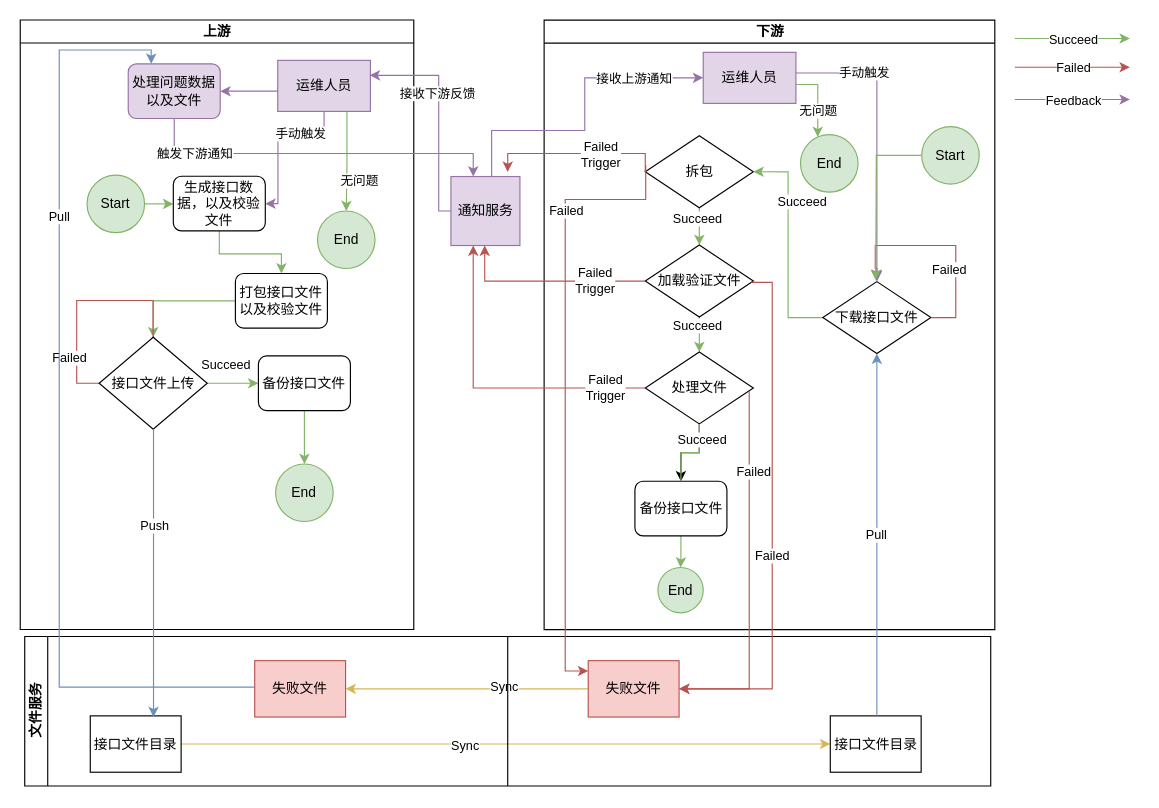
This is 未命名绘图.drawio from lsj188/myPlugin, a draw.io file, before an edit. Source tidied: cells renumbered, new cells numbered last; positions are measured from the earlier drawing's top-left corner, leaving out a move shared by most shapes. Both pictures are drawn from the tidied source at 115%, with x=0, y=0 at pixel (-89, 38).
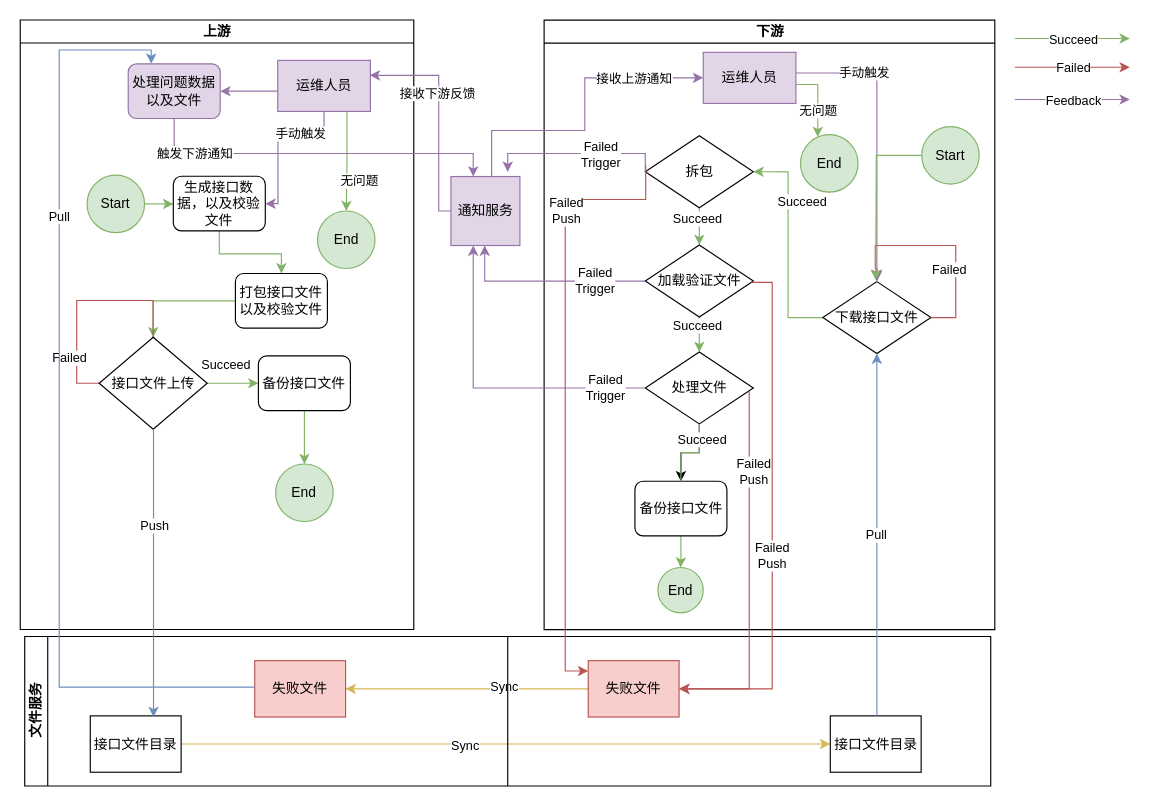
After the change.

Commit message:
更新未命名绘图.drawio

The change refers to these unchanged cells:
```xml
<mxCell id="37" value="拆包" style="rhombus;whiteSpace=wrap;html=1;" parent="34" vertex="1">
  <mxGeometry x="157" y="31.6" width="94" height="62.5" as="geometry" />
</mxCell>
<mxCell id="45" value="加载验证文件" style="rhombus;whiteSpace=wrap;html=1;" parent="34" vertex="1">
  <mxGeometry x="157" y="126.6" width="94" height="62.5" as="geometry" />
</mxCell>
<mxCell id="48" value="处理文件" style="rhombus;whiteSpace=wrap;html=1;" parent="34" vertex="1">
  <mxGeometry x="157" y="219.6" width="94" height="62.5" as="geometry" />
</mxCell>
<mxCell id="65" style="edgeStyle=orthogonalEdgeStyle;rounded=0;orthogonalLoop=1;jettySize=auto;html=1;fillColor=#f8cecc;strokeColor=#b85450;" parent="1" edge="1">
  <mxGeometry relative="1" as="geometry">
    <mxPoint x="638" y="110" as="sourcePoint" />
    <mxPoint x="588" y="550" as="targetPoint" />
    <Array as="points">
      <mxPoint x="638" y="140" />
      <mxPoint x="568" y="140" />
      <mxPoint x="568" y="550" />
    </Array>
  </mxGeometry>
</mxCell>
<mxCell id="76" style="edgeStyle=orthogonalEdgeStyle;rounded=0;jettySize=auto;html=1;entryX=1;entryY=0.5;entryDx=0;entryDy=0;fillColor=#f8cecc;strokeColor=#b85450;" parent="1" edge="1" source="48" target="32">
  <mxGeometry relative="1" as="geometry">
    <Array as="points">
      <mxPoint x="728" y="565" />
    </Array>
  </mxGeometry>
</mxCell>
<mxCell id="78" style="edgeStyle=orthogonalEdgeStyle;rounded=0;jettySize=auto;html=1;entryX=1;entryY=0.5;entryDx=0;entryDy=0;fillColor=#f8cecc;strokeColor=#b85450;" parent="1" edge="1" source="45" target="32">
  <mxGeometry relative="1" as="geometry">
    <Array as="points">
      <mxPoint x="748" y="212" />
      <mxPoint x="748" y="565" />
    </Array>
  </mxGeometry>
</mxCell>
```

The edit, as a diff of the source:
```diff
@@
-    <mxCell id="66" value="Failed" style="edgeLabel;html=1;align=center;verticalAlign=middle;" parent="65" vertex="1">
+    <mxCell id="66" value="Failed&lt;br&gt;Push" style="edgeLabel;html=1;align=center;verticalAlign=middle;" parent="65" vertex="1">
       <mxGeometry x="-0.22" y="1" relative="1" as="geometry">
         <mxPoint x="-1" y="-98" as="offset" />
       </mxGeometry>
     </mxCell>
@@
-    <mxCell id="72" style="edgeStyle=orthogonalEdgeStyle;rounded=0;jettySize=auto;html=1;exitX=0;exitY=0.5;exitDx=0;exitDy=0;fillColor=#f8cecc;strokeColor=#b85450;" parent="1" edge="1" source="37">
+    <mxCell id="72" style="edgeStyle=orthogonalEdgeStyle;rounded=0;jettySize=auto;html=1;exitX=0;exitY=0.5;exitDx=0;exitDy=0;fillColor=#e1d5e7;strokeColor=#9673a6;" parent="1" edge="1" source="37">
       <mxGeometry relative="1" as="geometry">
         <mxPoint x="518" y="116" as="targetPoint" />
         <Array as="points">
           <mxPoint x="638" y="100" />
           <mxPoint x="518" y="100" />
         </Array>
       </mxGeometry>
     </mxCell>
@@
-    <mxCell id="74" style="edgeStyle=orthogonalEdgeStyle;rounded=0;jettySize=auto;html=1;fillColor=#f8cecc;strokeColor=#b85450;" parent="1" edge="1" source="45">
+    <mxCell id="74" style="edgeStyle=orthogonalEdgeStyle;rounded=0;jettySize=auto;html=1;fillColor=#e1d5e7;strokeColor=#9673a6;" parent="1" edge="1" source="45">
       <mxGeometry relative="1" as="geometry">
         <mxPoint x="498" y="180" as="targetPoint" />
         <Array as="points">
           <mxPoint x="498" y="210" />
         </Array>
       </mxGeometry>
     </mxCell>
@@
-    <mxCell id="77" value="Failed" style="edgeLabel;html=1;align=center;verticalAlign=middle;" parent="76" vertex="1">
+    <mxCell id="77" value="Failed&lt;br&gt;Push" style="edgeLabel;html=1;align=center;verticalAlign=middle;" parent="76" vertex="1">
       <mxGeometry x="-0.56" y="3" relative="1" as="geometry" />
     </mxCell>
@@
-    <mxCell id="79" value="Failed" style="edgeLabel;html=1;align=center;verticalAlign=middle;" parent="78" vertex="1">
+    <mxCell id="79" value="Failed&lt;br&gt;Push" style="edgeLabel;html=1;align=center;verticalAlign=middle;" parent="78" vertex="1">
       <mxGeometry x="0.13" y="-1" relative="1" as="geometry" />
     </mxCell>
@@
-    <mxCell id="85" style="edgeStyle=orthogonalEdgeStyle;rounded=0;jettySize=auto;html=1;fillColor=#f8cecc;strokeColor=#b85450;" parent="1" edge="1" source="48">
+    <mxCell id="85" style="edgeStyle=orthogonalEdgeStyle;rounded=0;jettySize=auto;html=1;fillColor=#e1d5e7;strokeColor=#9673a6;" parent="1" edge="1" source="48">
       <mxGeometry relative="1" as="geometry">
         <mxPoint x="488" y="180" as="targetPoint" />
         <Array as="points">
           <mxPoint x="488" y="304" />
         </Array>
       </mxGeometry>
     </mxCell>
```
